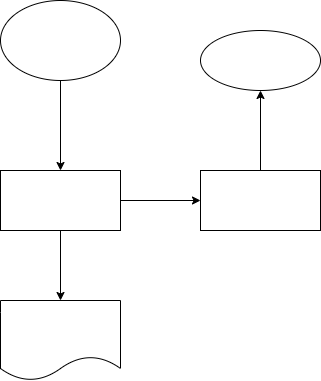
Above: Start.drawio.png in sergey5478/Nice (draw.io), before the change. Source tidied: cells renumbered, new cells last; positions are measured from the earlier drawing's top-left corner, leaving out a move shared by most shapes.
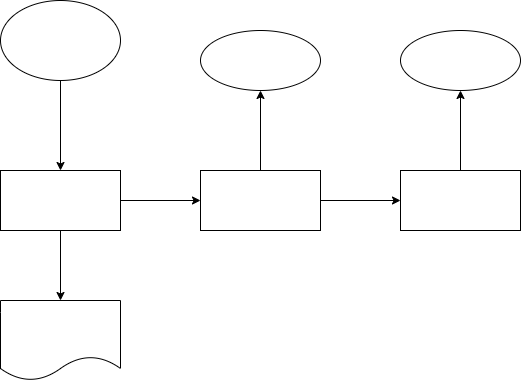
Above is the later version.

What changed in the source:
```diff
@@ -23,11 +23,23 @@
     <mxCell id="8" style="edgeStyle=none;html=1;" parent="1" edge="1" source="9" target="10">
       <mxGeometry relative="1" as="geometry" />
     </mxCell>
+    <mxCell id="11" style="edgeStyle=none;html=1;" parent="1" edge="1" source="9" target="13">
+      <mxGeometry relative="1" as="geometry" />
+    </mxCell>
     <mxCell id="9" style="whiteSpace=wrap;html=1;" parent="1" vertex="1">
       <mxGeometry x="200" y="170" width="120" height="60" as="geometry" />
     </mxCell>
     <mxCell id="10" style="ellipse;whiteSpace=wrap;html=1;" parent="1" vertex="1">
       <mxGeometry x="200" y="30" width="120" height="60" as="geometry" />
     </mxCell>
+    <mxCell id="12" style="edgeStyle=none;html=1;" parent="1" edge="1" source="13" target="14">
+      <mxGeometry relative="1" as="geometry" />
+    </mxCell>
+    <mxCell id="13" style="whiteSpace=wrap;html=1;" parent="1" vertex="1">
+      <mxGeometry x="400" y="170" width="120" height="60" as="geometry" />
+    </mxCell>
+    <mxCell id="14" style="ellipse;whiteSpace=wrap;html=1;" parent="1" vertex="1">
+      <mxGeometry x="400" y="30" width="120" height="60" as="geometry" />
+    </mxCell>
   </root>
 </mxGraphModel>
```
